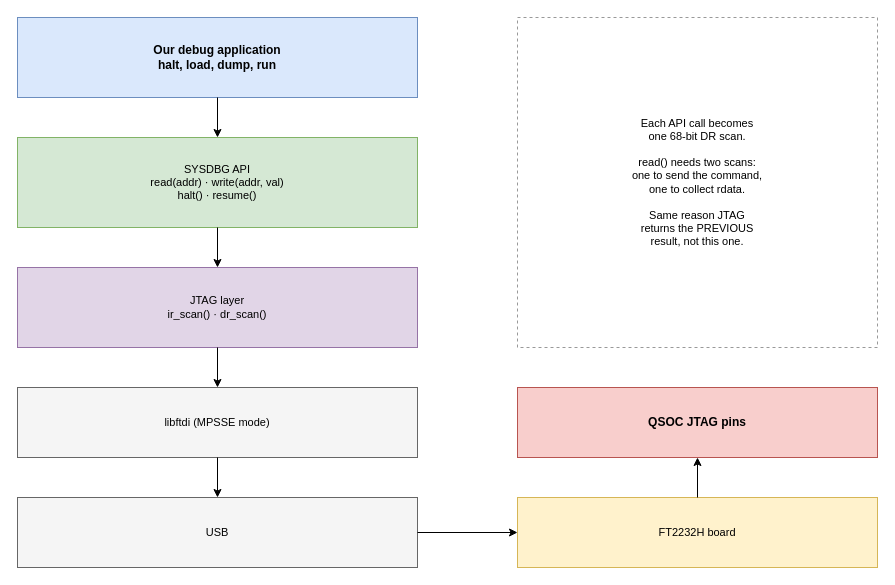
The draw.io diagram page "Host software stack" (4 of 5) of doc/drawio/QNSC_SYSDBG_Design.drawio in quynhonsemiconductor/vlsi_deep_training, before the edit. Source tidied: cells renumbered, new cells numbered last; positions are measured from the earlier drawing's top-left corner, leaving out a move shared by most shapes. Both pictures are drawn from the tidied source at 100%, with x=0, y=0 at pixel (17, 17).
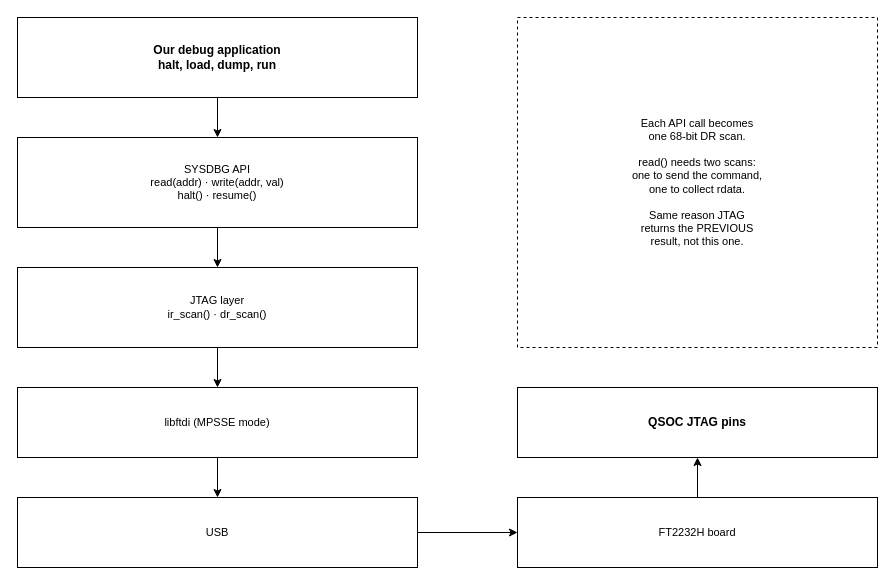
After the change.

Change to the diagram source:
```diff
@@
 <mxGraphModel>
   <root>
     <mxCell id="0" />
     <mxCell id="1" parent="0" />
-    <mxCell id="2" value="Our debug application&#10;halt, load, dump, run" style="rounded=0;whiteSpace=wrap;html=1;fillColor=#dae8fc;strokeColor=#6c8ebf;fontSize=12;dashed=0;fontStyle=1;verticalAlign=middle;" parent="1" vertex="1">
+    <mxCell id="2" value="Our debug application&#10;halt, load, dump, run" style="rounded=0;whiteSpace=wrap;html=1;fillColor=#ffffff;strokeColor=#000000;fontSize=12;dashed=0;fontStyle=1;verticalAlign=middle;" parent="1" vertex="1">
       <mxGeometry width="400" height="80" as="geometry" />
     </mxCell>
-    <mxCell id="3" value="SYSDBG API&#10;read(addr) · write(addr, val)&#10;halt() · resume()" style="rounded=0;whiteSpace=wrap;html=1;fillColor=#d5e8d4;strokeColor=#82b366;fontSize=11;dashed=0;verticalAlign=middle;" parent="1" vertex="1">
+    <mxCell id="3" value="SYSDBG API&#10;read(addr) · write(addr, val)&#10;halt() · resume()" style="rounded=0;whiteSpace=wrap;html=1;fillColor=#ffffff;strokeColor=#000000;fontSize=11;dashed=0;verticalAlign=middle;" parent="1" vertex="1">
       <mxGeometry y="120" width="400" height="90" as="geometry" />
     </mxCell>
-    <mxCell id="4" value="JTAG layer&#10;ir_scan() · dr_scan()" style="rounded=0;whiteSpace=wrap;html=1;fillColor=#e1d5e7;strokeColor=#9673a6;fontSize=11;dashed=0;verticalAlign=middle;" parent="1" vertex="1">
+    <mxCell id="4" value="JTAG layer&#10;ir_scan() · dr_scan()" style="rounded=0;whiteSpace=wrap;html=1;fillColor=#ffffff;strokeColor=#000000;fontSize=11;dashed=0;verticalAlign=middle;" parent="1" vertex="1">
       <mxGeometry y="250" width="400" height="80" as="geometry" />
     </mxCell>
-    <mxCell id="5" value="libftdi (MPSSE mode)" style="rounded=0;whiteSpace=wrap;html=1;fillColor=#f5f5f5;strokeColor=#666666;fontSize=11;dashed=0;verticalAlign=middle;" parent="1" vertex="1">
+    <mxCell id="5" value="libftdi (MPSSE mode)" style="rounded=0;whiteSpace=wrap;html=1;fillColor=#ffffff;strokeColor=#000000;fontSize=11;dashed=0;verticalAlign=middle;" parent="1" vertex="1">
       <mxGeometry y="370" width="400" height="70" as="geometry" />
     </mxCell>
-    <mxCell id="6" value="USB" style="rounded=0;whiteSpace=wrap;html=1;fillColor=#f5f5f5;strokeColor=#666666;fontSize=11;dashed=0;verticalAlign=middle;" parent="1" vertex="1">
+    <mxCell id="6" value="USB" style="rounded=0;whiteSpace=wrap;html=1;fillColor=#ffffff;strokeColor=#000000;fontSize=11;dashed=0;verticalAlign=middle;" parent="1" vertex="1">
       <mxGeometry y="480" width="400" height="70" as="geometry" />
     </mxCell>
-    <mxCell id="7" value="FT2232H board" style="rounded=0;whiteSpace=wrap;html=1;fillColor=#fff2cc;strokeColor=#d6b656;fontSize=11;dashed=0;verticalAlign=middle;" parent="1" vertex="1">
+    <mxCell id="7" value="FT2232H board" style="rounded=0;whiteSpace=wrap;html=1;fillColor=#ffffff;strokeColor=#000000;fontSize=11;dashed=0;verticalAlign=middle;" parent="1" vertex="1">
       <mxGeometry x="500" y="480" width="360" height="70" as="geometry" />
     </mxCell>
-    <mxCell id="8" value="QSOC JTAG pins" style="rounded=0;whiteSpace=wrap;html=1;fillColor=#f8cecc;strokeColor=#b85450;fontSize=12;dashed=0;fontStyle=1;verticalAlign=middle;" parent="1" vertex="1">
+    <mxCell id="8" value="QSOC JTAG pins" style="rounded=0;whiteSpace=wrap;html=1;fillColor=#ffffff;strokeColor=#000000;fontSize=12;dashed=0;fontStyle=1;verticalAlign=middle;" parent="1" vertex="1">
       <mxGeometry x="500" y="370" width="360" height="70" as="geometry" />
     </mxCell>
-    <mxCell id="9" value="Each API call becomes&#10;one 68-bit DR scan.&#10;&#10;read() needs two scans:&#10;one to send the command,&#10;one to collect rdata.&#10;&#10;Same reason JTAG&#10;returns the PREVIOUS&#10;result, not this one." style="rounded=0;whiteSpace=wrap;html=1;fillColor=none;strokeColor=#999999;fontSize=11;dashed=1;verticalAlign=middle;" parent="1" vertex="1">
+    <mxCell id="9" value="Each API call becomes&#10;one 68-bit DR scan.&#10;&#10;read() needs two scans:&#10;one to send the command,&#10;one to collect rdata.&#10;&#10;Same reason JTAG&#10;returns the PREVIOUS&#10;result, not this one." style="rounded=0;whiteSpace=wrap;html=1;fillColor=none;strokeColor=#000000;fontSize=11;dashed=1;verticalAlign=middle;" parent="1" vertex="1">
       <mxGeometry x="500" width="360" height="330" as="geometry" />
     </mxCell>
     <mxCell id="10" style="edgeStyle=orthogonalEdgeStyle;rounded=0;html=1;exitX=0.5;exitY=1.0;entryX=0.5;entryY=0.0;exitDx=0;exitDy=0;entryDx=0;entryDy=0;" parent="1" edge="1" source="2" target="3">
       <mxGeometry relative="1" as="geometry" />
     </mxCell>
     <mxCell id="11" style="edgeStyle=orthogonalEdgeStyle;rounded=0;html=1;exitX=0.5;exitY=1.0;entryX=0.5;entryY=0.0;exitDx=0;exitDy=0;entryDx=0;entryDy=0;" parent="1" edge="1" source="3" target="4">
       <mxGeometry relative="1" as="geometry" />
     </mxCell>
     <mxCell id="12" style="edgeStyle=orthogonalEdgeStyle;rounded=0;html=1;exitX=0.5;exitY=1.0;entryX=0.5;entryY=0.0;exitDx=0;exitDy=0;entryDx=0;entryDy=0;" parent="1" edge="1" source="4" target="5">
       <mxGeometry relative="1" as="geometry" />
     </mxCell>
     <mxCell id="13" style="edgeStyle=orthogonalEdgeStyle;rounded=0;html=1;exitX=0.5;exitY=1.0;entryX=0.5;entryY=0.0;exitDx=0;exitDy=0;entryDx=0;entryDy=0;" parent="1" edge="1" source="5" target="6">
       <mxGeometry relative="1" as="geometry" />
     </mxCell>
     <mxCell id="14" style="edgeStyle=orthogonalEdgeStyle;rounded=0;html=1;exitX=1.0;exitY=0.5;entryX=0.0;entryY=0.5;exitDx=0;exitDy=0;entryDx=0;entryDy=0;" parent="1" edge="1" source="6" target="7">
       <mxGeometry relative="1" as="geometry" />
     </mxCell>
     <mxCell id="15" style="edgeStyle=orthogonalEdgeStyle;rounded=0;html=1;exitX=0.5;exitY=0.0;entryX=0.5;entryY=1.0;exitDx=0;exitDy=0;entryDx=0;entryDy=0;" parent="1" edge="1" source="7" target="8">
       <mxGeometry relative="1" as="geometry" />
     </mxCell>
   </root>
 </mxGraphModel>
```
